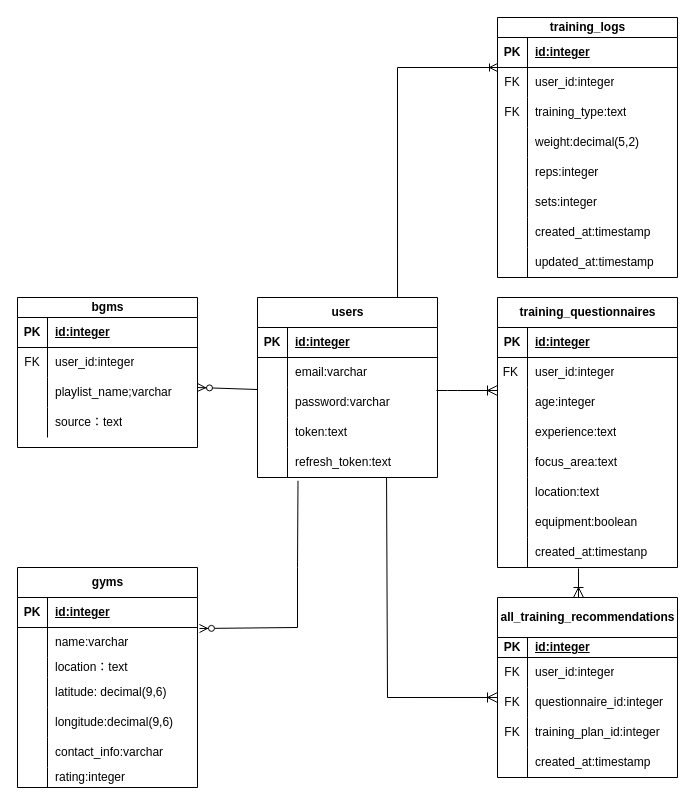
Earlier version of the draw.io diagram 名称未設定ファイル.drawio (yoshihiro1019/FitAIPlanner). Source tidied: cells renumbered, new cells numbered last; positions are measured from the earlier drawing's top-left corner, leaving out a move shared by most shapes. Both pictures are drawn from the tidied source at 100%, with x=0, y=0 at pixel (17, 17).
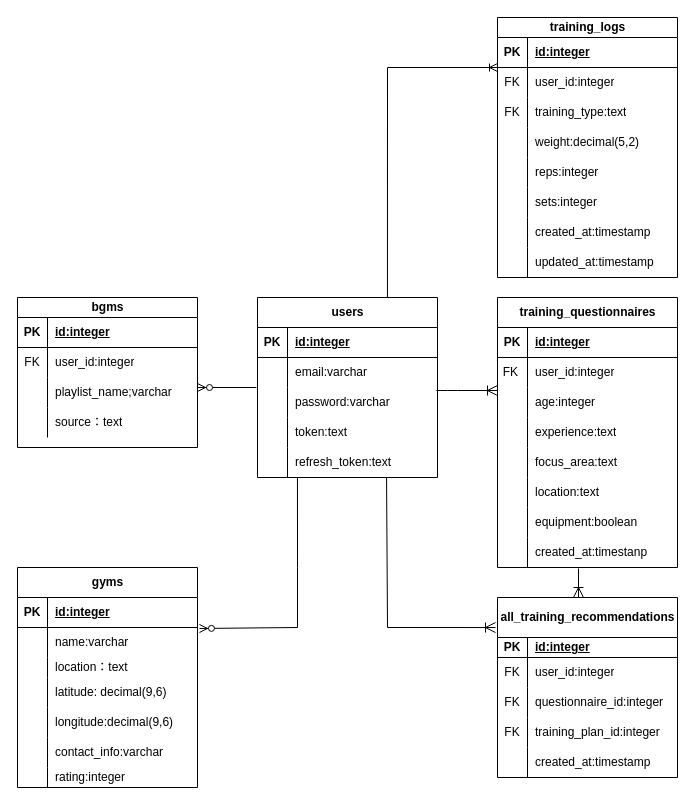
Above is the later version.

Commit message:
名称未設定ファイル.drawio を更新します

Unchanged cells that the change refers to:
```xml
<mxCell id="19" style="shape=tableRow;horizontal=0;startSize=0;swimlaneHead=0;swimlaneBody=0;fillColor=none;points=[[0,0.5],[1,0.5]];portConstraint=eastwest;top=0;left=0;right=0;bottom=0;" parent="15" vertex="1">
  <mxGeometry y="60" width="180" height="30" as="geometry" />
</mxCell>
<mxCell id="65" value="all_training_recommendations" style="shape=table;startSize=40;childLayout=tableLayout;rowLines=0;fontStyle=1;align=center;html=1;" parent="1" vertex="1">
  <mxGeometry x="480" y="580" width="180" height="180" as="geometry" />
</mxCell>
<mxCell id="72" style="shape=tableRow;horizontal=0;startSize=0;swimlaneHead=0;swimlaneBody=0;fillColor=none;points=[[0,0.5],[1,0.5]];portConstraint=eastwest;top=0;left=0;right=0;bottom=0;" parent="65" vertex="1">
  <mxGeometry y="90" width="180" height="30" as="geometry" />
</mxCell>
<mxCell id="81" value="users" style="shape=table;startSize=30;childLayout=tableLayout;rowLines=0;fontStyle=1;align=center;html=1;" parent="1" vertex="1">
  <mxGeometry x="240" y="280" width="180" height="180" as="geometry" />
</mxCell>
<mxCell id="88" style="shape=tableRow;horizontal=0;startSize=0;swimlaneHead=0;swimlaneBody=0;fillColor=none;points=[[0,0.5],[1,0.5]];portConstraint=eastwest;top=0;left=0;right=0;bottom=0;" parent="81" vertex="1">
  <mxGeometry y="90" width="180" height="30" as="geometry" />
</mxCell>
<mxCell id="94" style="shape=tableRow;horizontal=0;startSize=0;swimlaneHead=0;swimlaneBody=0;fillColor=none;points=[[0,0.5],[1,0.5]];portConstraint=eastwest;top=0;left=0;right=0;bottom=0;" parent="81" vertex="1">
  <mxGeometry y="150" width="180" height="30" as="geometry" />
</mxCell>
<mxCell id="104" style="shape=tableRow;horizontal=0;startSize=0;swimlaneHead=0;swimlaneBody=0;fillColor=none;points=[[0,0.5],[1,0.5]];portConstraint=eastwest;top=0;left=0;right=0;bottom=0;" parent="100" vertex="1">
  <mxGeometry y="50" width="180" height="30" as="geometry" />
</mxCell>
```

Diff of the diagram source:
```diff
@@
-    <mxCell id="37" style="fontSize=12;html=1;endArrow=ERoneToMany;rounded=0;entryX=0;entryY=0;entryDx=0;entryDy=0;entryPerimeter=0;exitX=0.778;exitY=0;exitDx=0;exitDy=0;exitPerimeter=0;" parent="1" edge="1" source="81" target="104">
+    <mxCell id="37" style="fontSize=12;html=1;endArrow=ERoneToMany;rounded=0;entryX=0;entryY=0;entryDx=0;entryDy=0;entryPerimeter=0;exitX=0.722;exitY=0;exitDx=0;exitDy=0;exitPerimeter=0;" parent="1" edge="1" source="81" target="104">
       <mxGeometry relative="1" as="geometry">
         <Array as="points">
-          <mxPoint x="380" y="50" />
+          <mxPoint x="370" y="50" />
         </Array>
       </mxGeometry>
     </mxCell>
-    <mxCell id="38" style="fontSize=12;html=1;endArrow=ERzeroToMany;endFill=1;rounded=0;exitX=0;exitY=0.067;exitDx=0;exitDy=0;exitPerimeter=0;" parent="1" edge="1" source="88">
+    <mxCell id="38" style="fontSize=12;html=1;endArrow=ERzeroToMany;endFill=1;rounded=0;exitX=-0.006;exitY=0;exitDx=0;exitDy=0;exitPerimeter=0;" parent="1" edge="1" source="88">
       <mxGeometry relative="1" as="geometry">
         <mxPoint x="180" y="370" as="targetPoint" />
       </mxGeometry>
     </mxCell>
-    <mxCell id="39" style="fontSize=12;html=1;endArrow=ERzeroToMany;endFill=1;rounded=0;exitX=0.225;exitY=1.108;exitDx=0;exitDy=0;exitPerimeter=0;entryX=1.011;entryY=0.033;entryDx=0;entryDy=0;entryPerimeter=0;" parent="1" edge="1" source="94" target="19">
+    <mxCell id="39" style="fontSize=12;html=1;endArrow=ERzeroToMany;endFill=1;rounded=0;exitX=0.222;exitY=1;exitDx=0;exitDy=0;exitPerimeter=0;entryX=1.011;entryY=0.033;entryDx=0;entryDy=0;entryPerimeter=0;" parent="1" edge="1" source="94" target="19">
       <mxGeometry relative="1" as="geometry">
         <Array as="points">
           <mxPoint x="280" y="550" />
           <mxPoint x="280" y="610" />
         </Array>
       </mxGeometry>
     </mxCell>
@@
-    <mxCell id="99" style="fontSize=12;html=1;endArrow=ERoneToMany;rounded=0;startSize=8;endSize=8;exitX=0.717;exitY=1;exitDx=0;exitDy=0;exitPerimeter=0;entryX=0;entryY=0.333;entryDx=0;entryDy=0;entryPerimeter=0;" parent="1" edge="1" source="94" target="72">
+    <mxCell id="99" style="fontSize=12;html=1;endArrow=ERoneToMany;rounded=0;startSize=8;endSize=8;exitX=0.717;exitY=1;exitDx=0;exitDy=0;exitPerimeter=0;entryX=-0.011;entryY=0.167;entryDx=0;entryDy=0;entryPerimeter=0;" parent="1" edge="1" source="94" target="65">
       <mxGeometry relative="1" as="geometry">
         <Array as="points">
-          <mxPoint x="370" y="680" />
+          <mxPoint x="370" y="610" />
         </Array>
       </mxGeometry>
     </mxCell>
```
